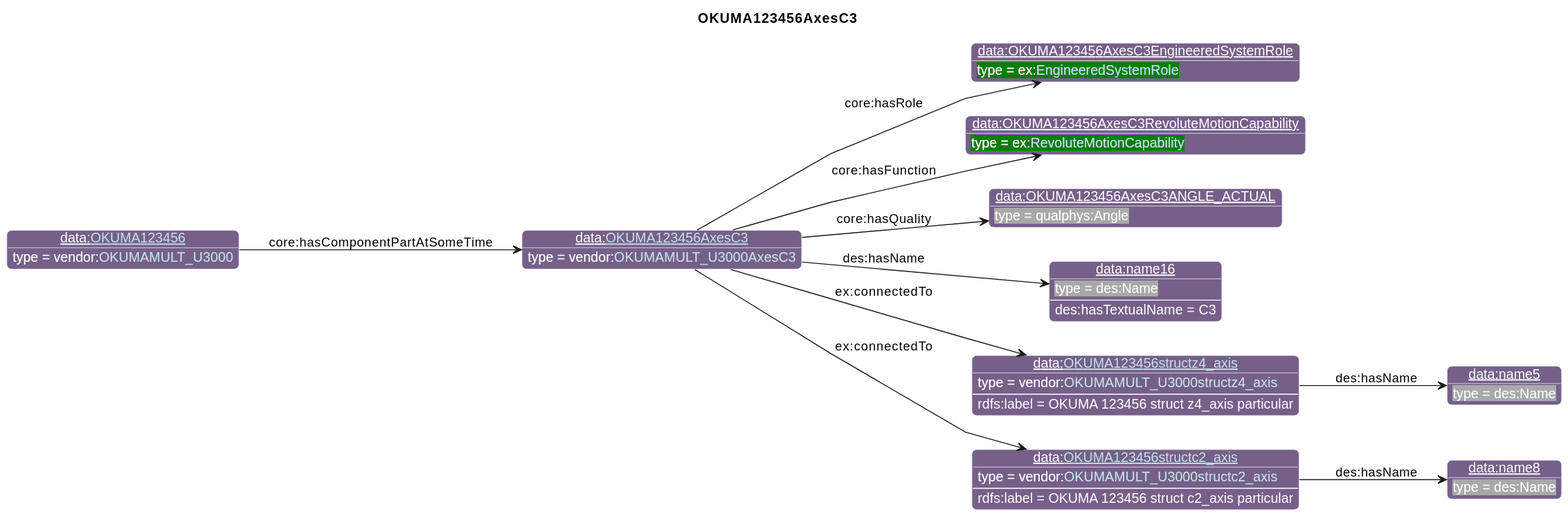
Before: diagrams/OKUMA123456AxesC3.svg, a diagram exported from PlantUML (iofoundry/example-syseng-mtconnect).
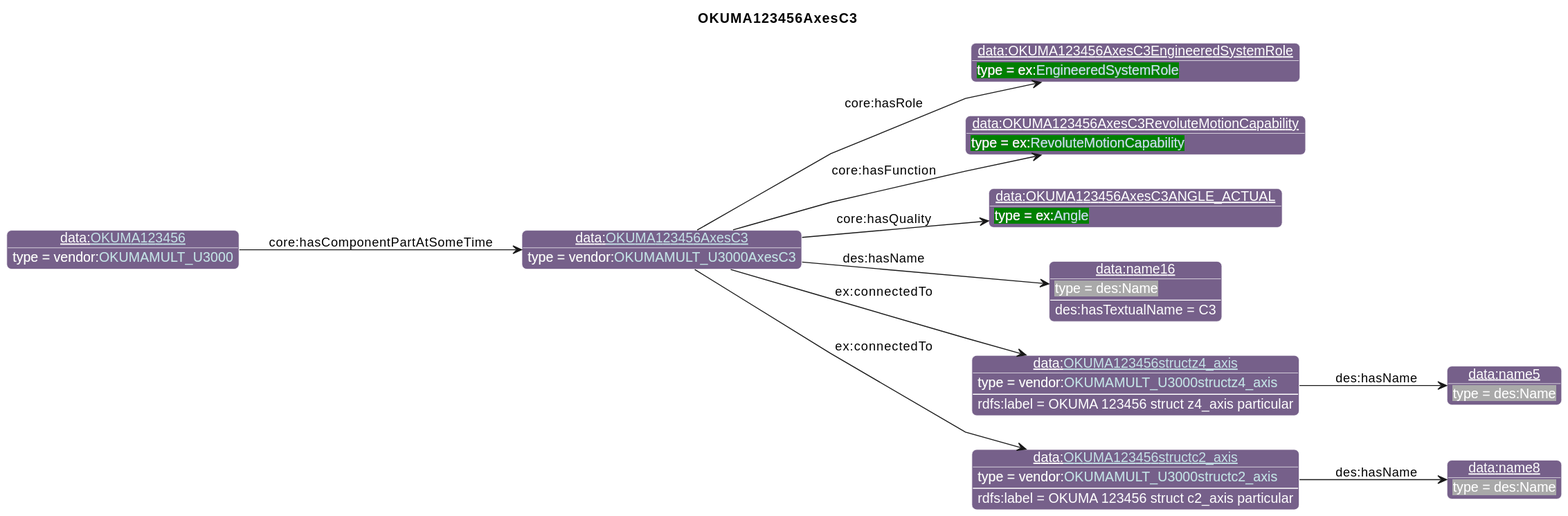
After the commit.

Change to the diagram source:
```diff
@@ -28,7 +28,7 @@
 individual(o0, data:[[./OKUMA123456AxesC3.html OKUMA123456AxesC3]], vendor:[[../OKUMA.html#OKUMAMULT_U3000AxesC3 OKUMAMULT_U3000AxesC3]])
 individual(o1, data:OKUMA123456AxesC3EngineeredSystemRole, ex:[[../Example.html#EngineeredSystemRole EngineeredSystemRole]])
 individual(o2, data:OKUMA123456AxesC3RevoluteMotionCapability, ex:[[../Example.html#RevoluteMotionCapability RevoluteMotionCapability]])
-individual(o3, data:OKUMA123456AxesC3ANGLE_ACTUAL, qualphys:Angle)
+individual(o3, data:OKUMA123456AxesC3ANGLE_ACTUAL, ex:[[../Example.html#Angle Angle]])
 individual(o4, data:name16, des:Name)
 individual(o5, data:[[./OKUMA123456structz4_axis.html OKUMA123456structz4_axis]], vendor:[[../OKUMA.html#OKUMAMULT_U3000structz4_axis OKUMAMULT_U3000structz4_axis]])
 individual(o6, data:name5, des:Name)
```
